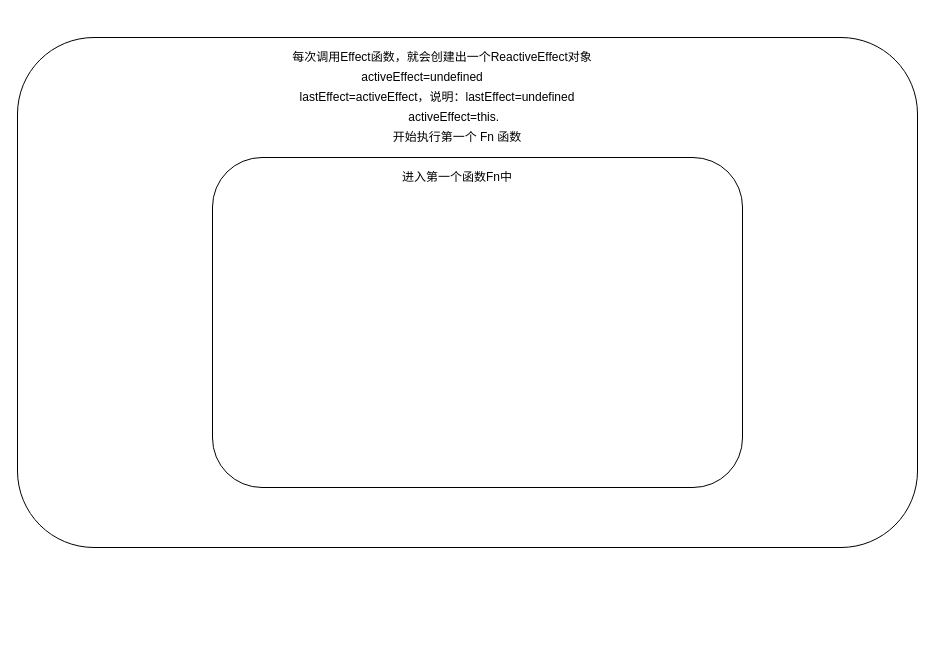
Above: 未命名绘图.drawio in haopeng-liuyang/huitu (draw.io), before the change. Source tidied: cells renumbered, new cells numbered last; positions are measured from the earlier drawing's top-left corner, leaving out a move shared by most shapes. Both pictures are drawn from the tidied source at 100%, with x=0, y=0 at pixel (17, 37).
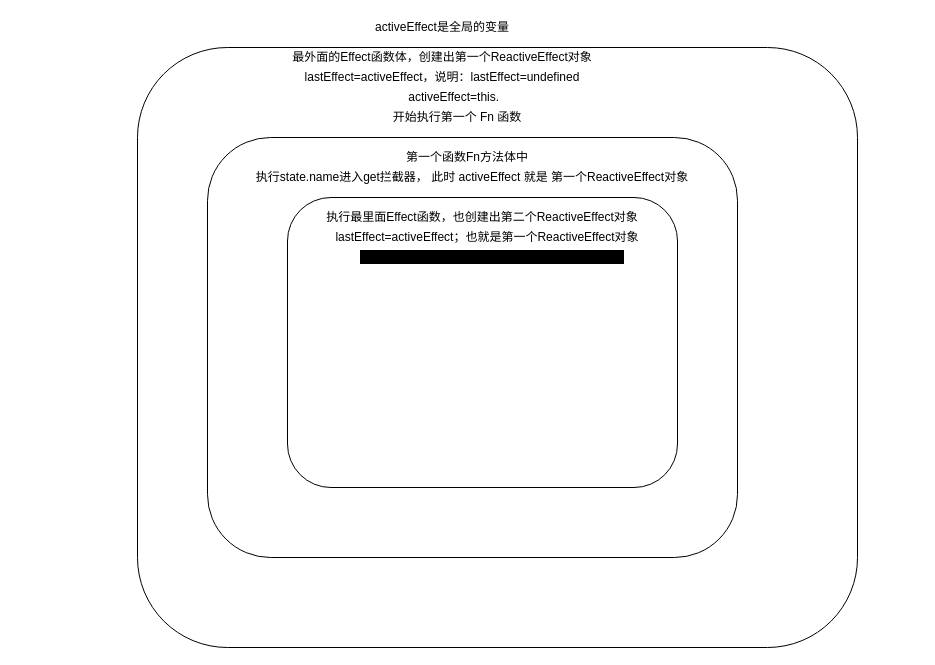
The same diagram, later.

Commit message (it also covers changes not shown here):
更新未命名绘图.drawio

What changed in the source:
```diff
@@
 <mxGraphModel>
   <root>
     <mxCell id="0" />
     <mxCell id="1" parent="0" />
     <mxCell id="2" style="rounded=1;whiteSpace=wrap;html=1;" parent="1" vertex="1">
-      <mxGeometry width="900" height="510" as="geometry" />
+      <mxGeometry x="120" y="10" width="720" height="600" as="geometry" />
     </mxCell>
-    <mxCell id="3" value="activeEffect=undefined" style="text;html=1;strokeColor=none;fillColor=none;align=center;verticalAlign=middle;whiteSpace=wrap;overflow=hidden;" parent="1" vertex="1">
-      <mxGeometry x="330" y="30" width="150" height="20" as="geometry" />
-    </mxCell>
     <mxCell id="4" style="rounded=1;whiteSpace=wrap;html=1;" parent="1" vertex="1">
-      <mxGeometry x="195" y="120" width="530" height="330" as="geometry" />
+      <mxGeometry x="190" y="100" width="530" height="420" as="geometry" />
     </mxCell>
     <mxCell id="5" value="lastEffect=activeEffect，说明：lastEffect=undefined" style="text;html=1;strokeColor=none;fillColor=none;align=center;verticalAlign=middle;whiteSpace=wrap;overflow=hidden;" parent="1" vertex="1">
-      <mxGeometry x="170" y="50" width="500" height="20" as="geometry" />
+      <mxGeometry x="175" y="30" width="500" height="20" as="geometry" />
     </mxCell>
     <mxCell id="6" value="activeEffect=this.&amp;nbsp;&amp;nbsp;" style="text;html=1;strokeColor=none;fillColor=none;align=center;verticalAlign=middle;whiteSpace=wrap;overflow=hidden;" parent="1" vertex="1">
-      <mxGeometry x="190" y="70" width="500" height="20" as="geometry" />
+      <mxGeometry x="190" y="50" width="500" height="20" as="geometry" />
     </mxCell>
-    <mxCell id="7" value="进入第一个函数Fn中" style="text;html=1;strokeColor=none;fillColor=none;align=center;verticalAlign=middle;whiteSpace=wrap;overflow=hidden;" parent="1" vertex="1">
-      <mxGeometry x="190" y="130" width="500" height="20" as="geometry" />
+    <mxCell id="7" value="第一个函数Fn方法体中" style="text;html=1;strokeColor=none;fillColor=none;align=center;verticalAlign=middle;whiteSpace=wrap;overflow=hidden;fontColor=light-dark(#000000,#DB7093);" parent="1" vertex="1">
+      <mxGeometry x="200" y="110" width="500" height="20" as="geometry" />
     </mxCell>
-    <mxCell id="8" value="每次调用Effect函数，就会创建出一个ReactiveEffect对象" style="text;html=1;strokeColor=none;fillColor=none;align=center;verticalAlign=middle;whiteSpace=wrap;overflow=hidden;" parent="1" vertex="1">
+    <mxCell id="8" value="最外面的Effect函数体，创建出第一个ReactiveEffect对象" style="text;html=1;strokeColor=none;fillColor=none;align=center;verticalAlign=middle;whiteSpace=wrap;overflow=hidden;" parent="1" vertex="1">
       <mxGeometry x="190" y="10" width="470" height="20" as="geometry" />
     </mxCell>
     <mxCell id="9" value="开始执行第一个 Fn 函数" style="text;html=1;strokeColor=none;fillColor=none;align=center;verticalAlign=middle;whiteSpace=wrap;overflow=hidden;" parent="1" vertex="1">
-      <mxGeometry x="190" y="90" width="500" height="20" as="geometry" />
+      <mxGeometry x="190" y="70" width="500" height="20" as="geometry" />
     </mxCell>
+    <mxCell id="10" style="rounded=1;whiteSpace=wrap;html=1;" parent="1" vertex="1">
+      <mxGeometry x="270" y="160" width="390" height="290" as="geometry" />
+    </mxCell>
+    <mxCell id="11" value="activeEffect是全局的变量" style="text;html=1;strokeColor=none;fillColor=none;align=center;verticalAlign=middle;whiteSpace=wrap;overflow=hidden;" parent="1" vertex="1">
+      <mxGeometry x="350" y="-20" width="150" height="20" as="geometry" />
+    </mxCell>
+    <mxCell id="12" value="执行最里面Effect函数，也创建出第二个ReactiveEffect对象" style="text;html=1;strokeColor=none;fillColor=none;align=center;verticalAlign=middle;whiteSpace=wrap;overflow=hidden;" parent="1" vertex="1">
+      <mxGeometry x="230" y="170" width="470" height="20" as="geometry" />
+    </mxCell>
+    <mxCell id="13" value="lastEffect=activeEffect；也就是第一个ReactiveEffect对象" style="text;html=1;strokeColor=none;fillColor=none;align=center;verticalAlign=middle;whiteSpace=wrap;overflow=hidden;" parent="1" vertex="1">
+      <mxGeometry x="310" y="190" width="320" height="20" as="geometry" />
+    </mxCell>
+    <mxCell id="14" value="执行state.name进入get拦截器， 此时 activeEffect 就是 第一个ReactiveEffect对象" style="text;html=1;strokeColor=none;fillColor=none;align=center;verticalAlign=middle;whiteSpace=wrap;overflow=hidden;" parent="1" vertex="1">
+      <mxGeometry x="205" y="130" width="500" height="20" as="geometry" />
+    </mxCell>
+    <mxCell id="15" value="&lt;font style=&quot;background-color: light-dark(rgb(0, 0, 0), rgb(0, 0, 0));&quot;&gt;activeEffect=this；&lt;font style=&quot;&quot;&gt;保存第二个ReactiveEffect对象&amp;nbsp;&lt;/font&gt;&lt;/font&gt;" style="text;html=1;strokeColor=none;fillColor=none;align=center;verticalAlign=middle;whiteSpace=wrap;overflow=hidden;fontColor=light-dark(#000000,#FF66CC);textShadow=0;labelBorderColor=none;" parent="1" vertex="1">
+      <mxGeometry x="330" y="210" width="290" height="20" as="geometry" />
+    </mxCell>
   </root>
 </mxGraphModel>
```
